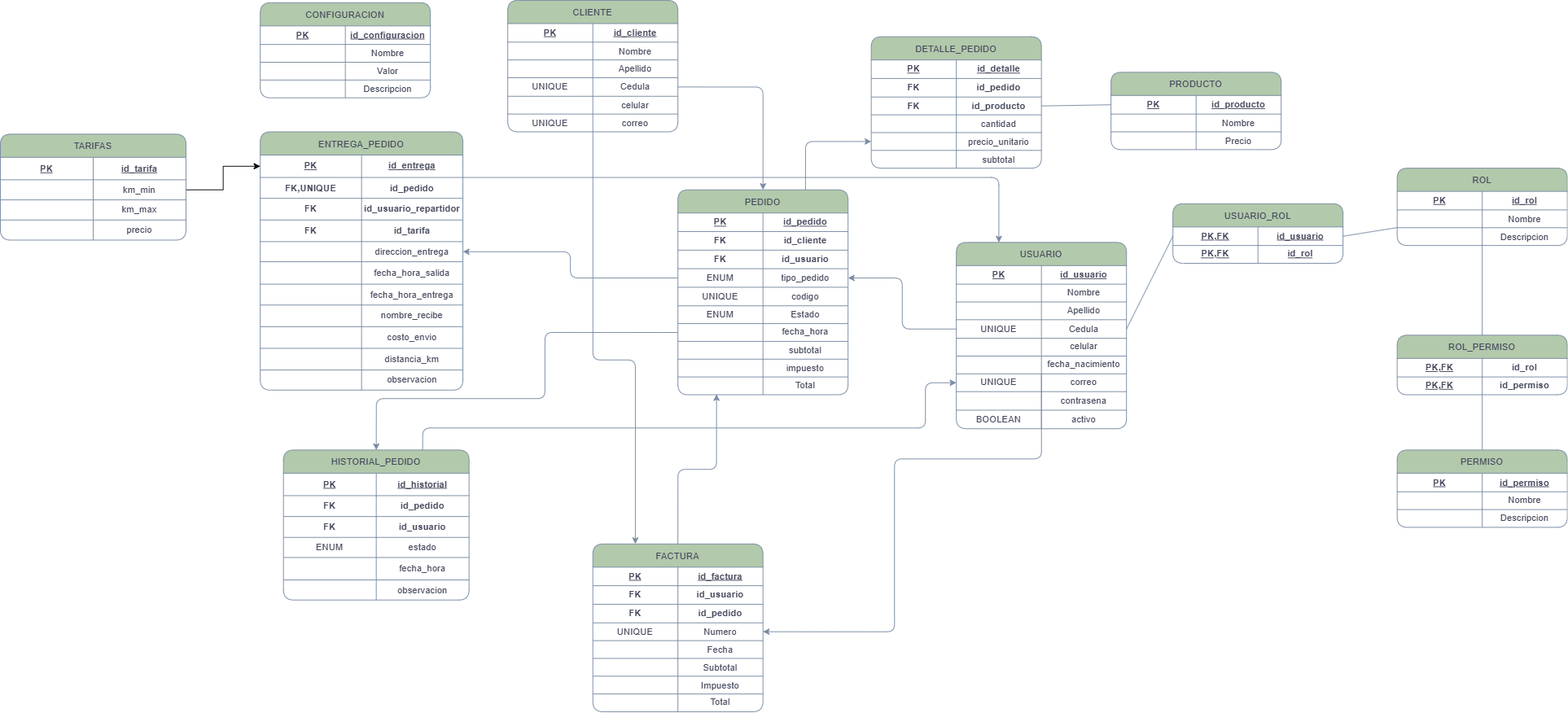
MalejandroTI/GestionRestaurante keeps this draw.io diagram as docs/GestionRestaurante-MODELO LOGICO.drawio.png. Above is the earlier version. Source tidied: cells renumbered, new cells last; positions are measured from the earlier drawing's top-left corner, leaving out a move shared by most shapes.
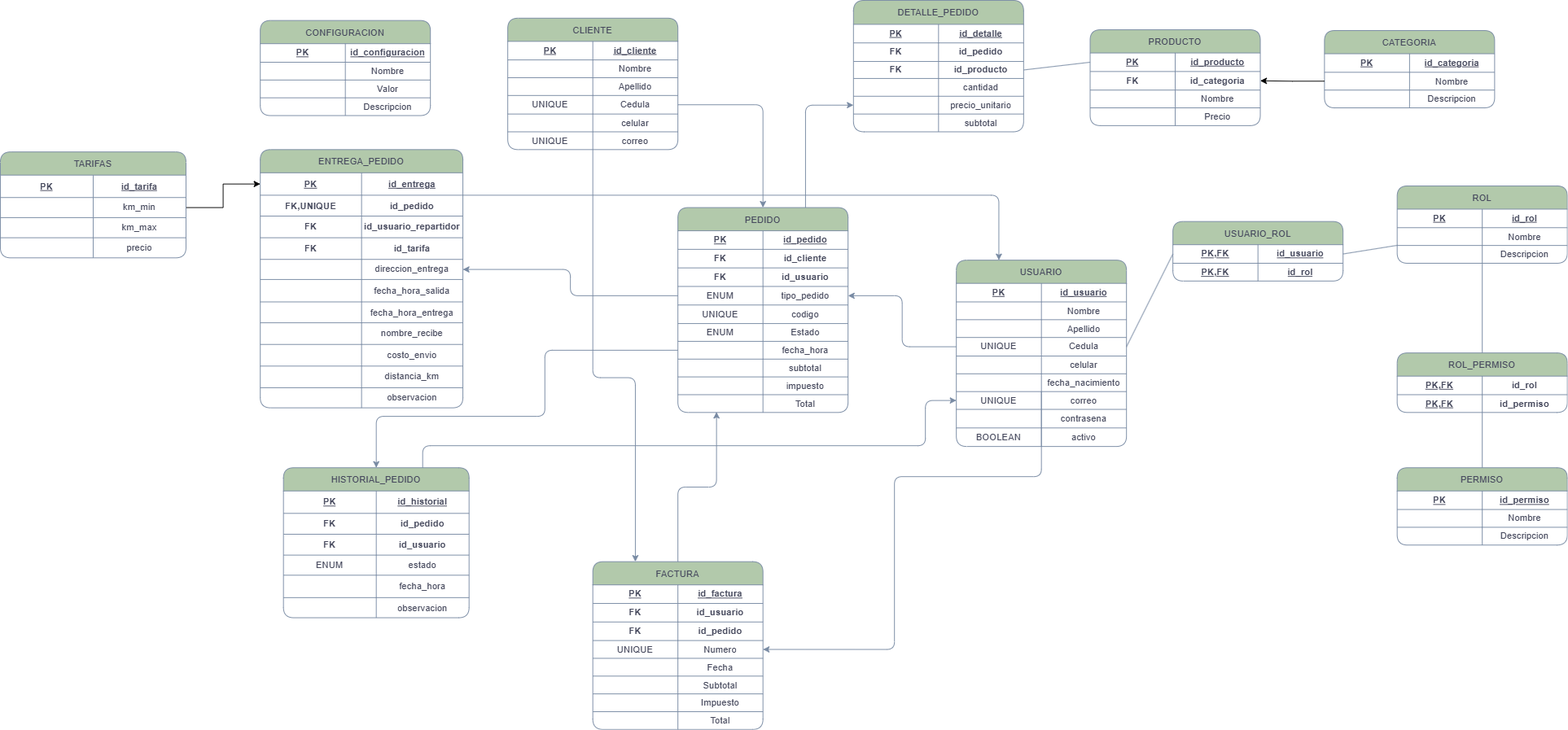
After the commit.

Change to the diagram source:
```diff
@@ -364,7 +364,7 @@
       <mxGeometry x="110" width="110" height="23" as="geometry" />
     </mxCell>
     <mxCell id="120" value="PRODUCTO" style="shape=table;startSize=30;fixedHeader=1;rounded=1;labelBackgroundColor=none;fillColor=#B2C9AB;strokeColor=#788AA3;fontColor=#46495D;" parent="1" vertex="1">
-      <mxGeometry x="1436" y="93" width="220" height="100" as="geometry" />
+      <mxGeometry x="1409" y="15" width="220" height="124" as="geometry" />
     </mxCell>
     <mxCell id="121" style="shape=tableRow;horizontal=0;startSize=0;swimlaneHead=0;swimlaneBody=0;strokeColor=#788AA3;top=0;left=0;bottom=0;right=0;fillColor=none;points=[[0,0.5],[1,0.5]];portConstraint=eastwest;fixedHeader=1;rounded=1;labelBackgroundColor=none;fontColor=#46495D;" parent="120" vertex="1">
       <mxGeometry y="30" width="220" height="24" as="geometry" />
@@ -375,8 +375,17 @@
     <mxCell id="123" value="&lt;b&gt;&lt;u&gt;id_producto&lt;/u&gt;&lt;/b&gt;" style="shape=partialRectangle;html=1;whiteSpace=wrap;strokeColor=#788AA3;overflow=hidden;fillColor=none;top=0;left=0;bottom=0;right=0;rounded=1;labelBackgroundColor=none;fontColor=#46495D;" parent="121" vertex="1">
       <mxGeometry x="110" width="110" height="24" as="geometry" />
     </mxCell>
+    <mxCell id="263" style="shape=tableRow;horizontal=0;startSize=0;swimlaneHead=0;swimlaneBody=0;strokeColor=#788AA3;top=0;left=0;bottom=0;right=0;fillColor=none;points=[[0,0.5],[1,0.5]];portConstraint=eastwest;fixedHeader=1;rounded=1;labelBackgroundColor=none;fontColor=#46495D;" parent="120" vertex="1">
+      <mxGeometry y="54" width="220" height="24" as="geometry" />
+    </mxCell>
+    <mxCell id="264" value="&lt;b&gt;FK&lt;/b&gt;" style="shape=partialRectangle;html=1;whiteSpace=wrap;strokeColor=#788AA3;overflow=hidden;fillColor=none;top=0;left=0;bottom=0;right=0;rounded=1;labelBackgroundColor=none;fontColor=#46495D;" parent="263" vertex="1">
+      <mxGeometry width="110" height="24" as="geometry" />
+    </mxCell>
+    <mxCell id="265" value="&lt;b&gt;id_categoria&lt;/b&gt;" style="shape=partialRectangle;html=1;whiteSpace=wrap;strokeColor=#788AA3;overflow=hidden;fillColor=none;top=0;left=0;bottom=0;right=0;rounded=1;labelBackgroundColor=none;fontColor=#46495D;" parent="263" vertex="1">
+      <mxGeometry x="110" width="110" height="24" as="geometry" />
+    </mxCell>
     <mxCell id="124" style="shape=tableRow;horizontal=0;startSize=0;swimlaneHead=0;swimlaneBody=0;strokeColor=#788AA3;top=0;left=0;bottom=0;right=0;fillColor=none;fixedHeader=1;rounded=1;labelBackgroundColor=none;fontColor=#46495D;" parent="120" vertex="1">
-      <mxGeometry y="54" width="220" height="23" as="geometry" />
+      <mxGeometry y="78" width="220" height="23" as="geometry" />
     </mxCell>
     <mxCell id="125" style="shape=partialRectangle;html=1;whiteSpace=wrap;strokeColor=#788AA3;overflow=hidden;fillColor=none;top=0;left=0;bottom=0;right=0;rounded=1;labelBackgroundColor=none;fontColor=#46495D;" parent="124" vertex="1">
       <mxGeometry width="110" height="23" as="geometry" />
@@ -385,7 +394,7 @@
       <mxGeometry x="110" width="110" height="23" as="geometry" />
     </mxCell>
     <mxCell id="127" style="shape=tableRow;horizontal=0;startSize=0;swimlaneHead=0;swimlaneBody=0;strokeColor=#788AA3;top=0;left=0;bottom=0;right=0;fillColor=none;fixedHeader=1;rounded=1;labelBackgroundColor=none;fontColor=#46495D;" parent="120" vertex="1">
-      <mxGeometry y="77" width="220" height="23" as="geometry" />
+      <mxGeometry y="101" width="220" height="23" as="geometry" />
     </mxCell>
     <mxCell id="128" style="shape=partialRectangle;html=1;whiteSpace=wrap;strokeColor=#788AA3;overflow=hidden;fillColor=none;top=0;left=0;bottom=0;right=0;rounded=1;labelBackgroundColor=none;fontColor=#46495D;" parent="127" vertex="1">
       <mxGeometry width="110" height="23" as="geometry" />
@@ -393,11 +402,11 @@
     <mxCell id="129" value="Precio" style="shape=partialRectangle;html=1;whiteSpace=wrap;strokeColor=#788AA3;overflow=hidden;fillColor=none;top=0;left=0;bottom=0;right=0;rounded=1;labelBackgroundColor=none;fontColor=#46495D;" parent="127" vertex="1">
       <mxGeometry x="110" width="110" height="23" as="geometry" />
     </mxCell>
-    <mxCell id="130" value="DETALLE_PEDIDO" style="shape=table;startSize=30;fixedHeader=1;rounded=1;labelBackgroundColor=none;fillColor=#B2C9AB;strokeColor=#788AA3;fontColor=#46495D;" parent="1" vertex="1">
-      <mxGeometry x="1126" y="47" width="220" height="170" as="geometry" />
+    <mxCell id="130" value="DETALLE_PEDIDO" style="shape=table;startSize=31;fixedHeader=1;rounded=1;labelBackgroundColor=none;fillColor=#B2C9AB;strokeColor=#788AA3;fontColor=#46495D;" parent="1" vertex="1">
+      <mxGeometry x="1103" y="-23" width="220" height="170" as="geometry" />
     </mxCell>
     <mxCell id="131" style="shape=tableRow;horizontal=0;startSize=0;swimlaneHead=0;swimlaneBody=0;strokeColor=#788AA3;top=0;left=0;bottom=0;right=0;fillColor=none;fixedHeader=1;rounded=1;labelBackgroundColor=none;fontColor=#46495D;" parent="130" vertex="1">
-      <mxGeometry y="30" width="220" height="24" as="geometry" />
+      <mxGeometry y="31" width="220" height="24" as="geometry" />
     </mxCell>
     <mxCell id="132" value="&lt;b&gt;&lt;u&gt;PK&lt;/u&gt;&lt;/b&gt;" style="shape=partialRectangle;html=1;whiteSpace=wrap;strokeColor=#788AA3;overflow=hidden;fillColor=none;top=0;left=0;bottom=0;right=0;rounded=1;labelBackgroundColor=none;fontColor=#46495D;" parent="131" vertex="1">
       <mxGeometry width="110" height="24" as="geometry" />
@@ -406,7 +415,7 @@
       <mxGeometry x="110" width="110" height="24" as="geometry" />
     </mxCell>
     <mxCell id="134" style="shape=tableRow;horizontal=0;startSize=0;swimlaneHead=0;swimlaneBody=0;strokeColor=#788AA3;top=0;left=0;bottom=0;right=0;fillColor=none;fixedHeader=1;rounded=1;labelBackgroundColor=none;fontColor=#46495D;" parent="130" vertex="1">
-      <mxGeometry y="54" width="220" height="24" as="geometry" />
+      <mxGeometry y="55" width="220" height="24" as="geometry" />
     </mxCell>
     <mxCell id="135" value="&lt;b&gt;FK&lt;/b&gt;" style="shape=partialRectangle;html=1;whiteSpace=wrap;strokeColor=#788AA3;overflow=hidden;fillColor=none;top=0;left=0;bottom=0;right=0;rounded=1;labelBackgroundColor=none;fontColor=#46495D;" parent="134" vertex="1">
       <mxGeometry width="110" height="24" as="geometry" />
@@ -415,13 +424,13 @@
       <mxGeometry x="110" width="110" height="24" as="geometry" />
     </mxCell>
     <mxCell id="137" style="shape=tableRow;horizontal=0;startSize=0;swimlaneHead=0;swimlaneBody=0;strokeColor=#788AA3;top=0;left=0;bottom=0;right=0;fillColor=none;points=[[0,0.5],[1,0.5]];portConstraint=eastwest;fixedHeader=1;rounded=1;labelBackgroundColor=none;fontColor=#46495D;" parent="130" vertex="1">
-      <mxGeometry y="78" width="220" height="23" as="geometry" />
+      <mxGeometry y="79" width="220" height="22" as="geometry" />
     </mxCell>
     <mxCell id="138" value="&lt;b&gt;FK&lt;/b&gt;" style="shape=partialRectangle;html=1;whiteSpace=wrap;strokeColor=#788AA3;overflow=hidden;fillColor=none;top=0;left=0;bottom=0;right=0;rounded=1;labelBackgroundColor=none;fontColor=#46495D;" parent="137" vertex="1">
-      <mxGeometry width="110" height="23" as="geometry" />
+      <mxGeometry width="110" height="22" as="geometry" />
     </mxCell>
     <mxCell id="139" value="&lt;b&gt;id_producto&lt;/b&gt;" style="shape=partialRectangle;html=1;whiteSpace=wrap;strokeColor=#788AA3;overflow=hidden;fillColor=none;top=0;left=0;bottom=0;right=0;rounded=1;labelBackgroundColor=none;fontColor=#46495D;" parent="137" vertex="1">
-      <mxGeometry x="110" width="110" height="23" as="geometry" />
+      <mxGeometry x="110" width="110" height="22" as="geometry" />
     </mxCell>
     <mxCell id="140" style="shape=tableRow;horizontal=0;startSize=0;swimlaneHead=0;swimlaneBody=0;strokeColor=#788AA3;top=0;left=0;bottom=0;right=0;fillColor=none;fixedHeader=1;rounded=1;labelBackgroundColor=none;fontColor=#46495D;" parent="130" vertex="1">
       <mxGeometry y="101" width="220" height="23" as="geometry" />
@@ -814,5 +823,38 @@
         </Array>
       </mxGeometry>
     </mxCell>
+    <mxCell id="266" value="CATEGORIA" style="shape=table;startSize=30;fixedHeader=1;rounded=1;labelBackgroundColor=none;fillColor=#B2C9AB;strokeColor=#788AA3;fontColor=#46495D;" parent="1" vertex="1">
+      <mxGeometry x="1712" y="16" width="220" height="100" as="geometry" />
+    </mxCell>
+    <mxCell id="267" style="shape=tableRow;horizontal=0;startSize=0;swimlaneHead=0;swimlaneBody=0;strokeColor=#788AA3;top=0;left=0;bottom=0;right=0;fillColor=none;fixedHeader=1;rounded=1;labelBackgroundColor=none;fontColor=#46495D;" parent="266" vertex="1">
+      <mxGeometry y="30" width="220" height="24" as="geometry" />
+    </mxCell>
+    <mxCell id="268" value="&lt;b&gt;&lt;u&gt;PK&lt;/u&gt;&lt;/b&gt;" style="shape=partialRectangle;html=1;whiteSpace=wrap;strokeColor=#788AA3;overflow=hidden;fillColor=none;top=0;left=0;bottom=0;right=0;rounded=1;labelBackgroundColor=none;fontColor=#46495D;" parent="267" vertex="1">
+      <mxGeometry width="110" height="24" as="geometry" />
+    </mxCell>
+    <mxCell id="269" value="&lt;b&gt;&lt;u&gt;id_categoria&lt;/u&gt;&lt;/b&gt;" style="shape=partialRectangle;html=1;whiteSpace=wrap;strokeColor=#788AA3;overflow=hidden;fillColor=none;top=0;left=0;bottom=0;right=0;rounded=1;labelBackgroundColor=none;fontColor=#46495D;" parent="267" vertex="1">
+      <mxGeometry x="110" width="110" height="24" as="geometry" />
+    </mxCell>
+    <mxCell id="270" style="shape=tableRow;horizontal=0;startSize=0;swimlaneHead=0;swimlaneBody=0;strokeColor=#788AA3;top=0;left=0;bottom=0;right=0;fillColor=none;points=[[0,0.5],[1,0.5]];portConstraint=eastwest;fixedHeader=1;rounded=1;labelBackgroundColor=none;fontColor=#46495D;" parent="266" vertex="1">
+      <mxGeometry y="54" width="220" height="23" as="geometry" />
+    </mxCell>
+    <mxCell id="271" style="shape=partialRectangle;html=1;whiteSpace=wrap;strokeColor=#788AA3;overflow=hidden;fillColor=none;top=0;left=0;bottom=0;right=0;rounded=1;labelBackgroundColor=none;fontColor=#46495D;" parent="270" vertex="1">
+      <mxGeometry width="110" height="23" as="geometry" />
+    </mxCell>
+    <mxCell id="272" value="Nombre" style="shape=partialRectangle;html=1;whiteSpace=wrap;strokeColor=#788AA3;overflow=hidden;fillColor=none;top=0;left=0;bottom=0;right=0;rounded=1;labelBackgroundColor=none;fontColor=#46495D;" parent="270" vertex="1">
+      <mxGeometry x="110" width="110" height="23" as="geometry" />
+    </mxCell>
+    <mxCell id="273" style="shape=tableRow;horizontal=0;startSize=0;swimlaneHead=0;swimlaneBody=0;strokeColor=#788AA3;top=0;left=0;bottom=0;right=0;fillColor=none;fixedHeader=1;rounded=1;labelBackgroundColor=none;fontColor=#46495D;" parent="266" vertex="1">
+      <mxGeometry y="77" width="220" height="23" as="geometry" />
+    </mxCell>
+    <mxCell id="274" style="shape=partialRectangle;html=1;whiteSpace=wrap;strokeColor=#788AA3;overflow=hidden;fillColor=none;top=0;left=0;bottom=0;right=0;rounded=1;labelBackgroundColor=none;fontColor=#46495D;" parent="273" vertex="1">
+      <mxGeometry width="110" height="23" as="geometry" />
+    </mxCell>
+    <mxCell id="275" value="Descripcion" style="shape=partialRectangle;html=1;whiteSpace=wrap;strokeColor=#788AA3;overflow=hidden;fillColor=none;top=0;left=0;bottom=0;right=0;rounded=1;labelBackgroundColor=none;fontColor=#46495D;" parent="273" vertex="1">
+      <mxGeometry x="110" width="110" height="23" as="geometry" />
+    </mxCell>
+    <mxCell id="276" style="edgeStyle=orthogonalEdgeStyle;rounded=0;jettySize=auto;html=1;exitX=0;exitY=0.5;exitDx=0;exitDy=0;entryX=1;entryY=0.5;entryDx=0;entryDy=0;" parent="1" edge="1" source="270" target="263">
+      <mxGeometry relative="1" as="geometry" />
+    </mxCell>
   </root>
 </mxGraphModel>
```
